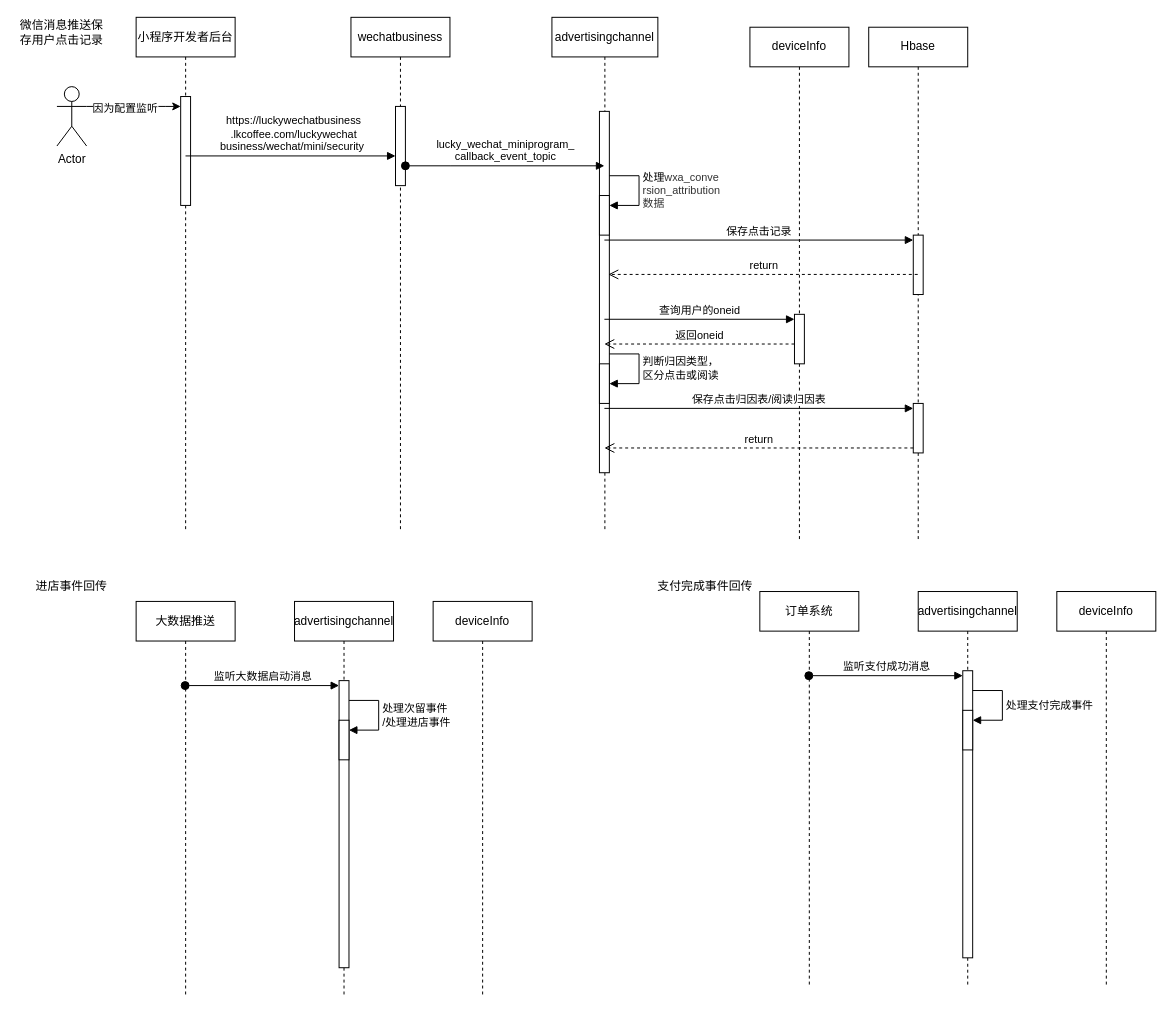
This is page "小红书" (2 of 2) of src/draw/广告系统.drawio from y13513867074/draw, a draw.io file, before an edit. Source tidied: cells renumbered, new cells numbered last; positions are measured from the earlier drawing's top-left corner, leaving out a move shared by most shapes. Both pictures are drawn from the tidied source at 99%, with x=0, y=0 at pixel (17, 17).
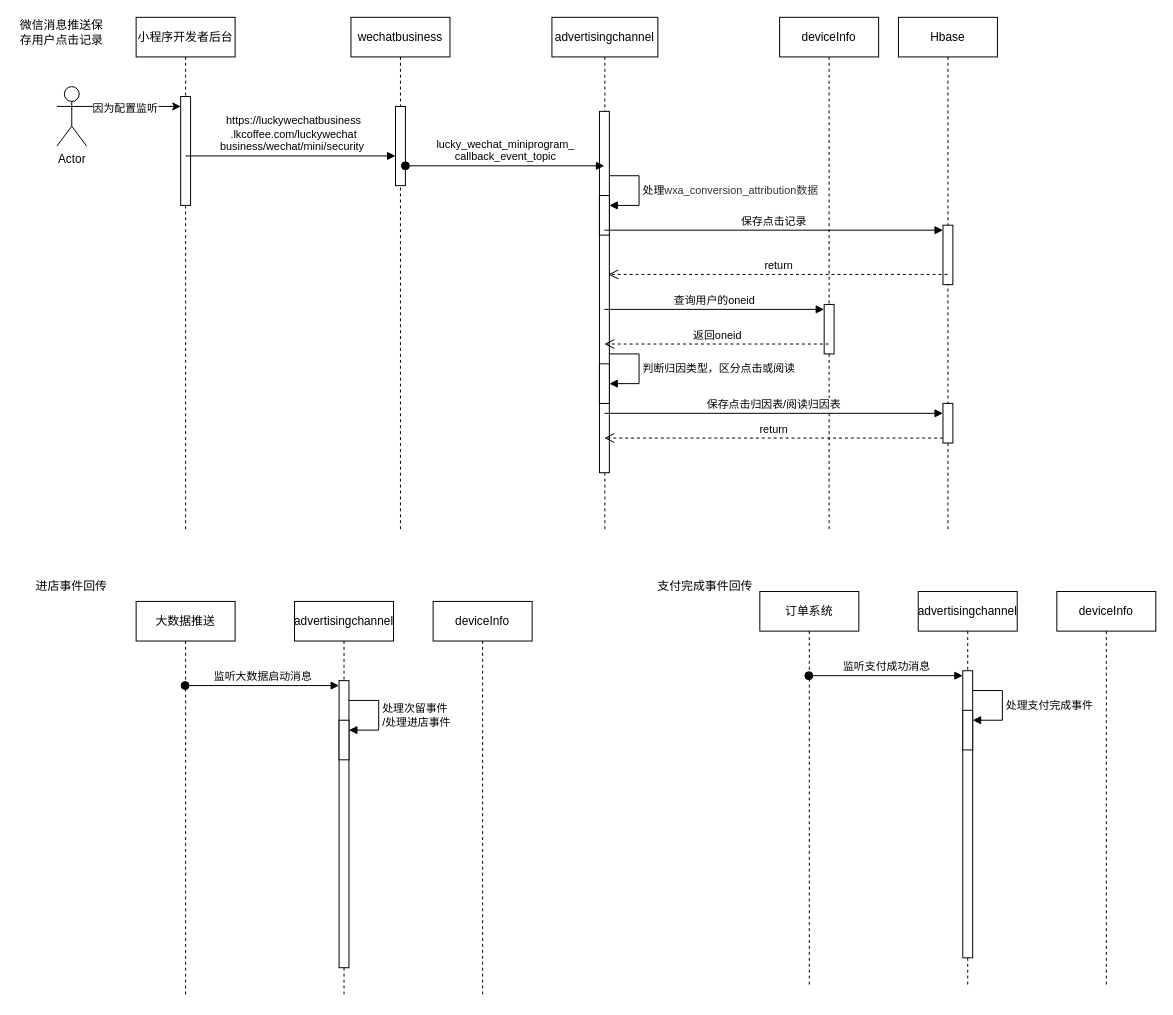
The same diagram, later.

Commit message:
更新广告系统.drawio

Unchanged cells that the change refers to:
```xml
<mxCell id="6" value="advertisingchannel" style="shape=umlLifeline;perimeter=lifelinePerimeter;whiteSpace=wrap;html=1;outlineConnect=0;portConstraint=eastwest;newEdgeStyle={&quot;curved&quot;:0,&quot;rounded&quot;:0};" parent="1" vertex="1">
  <mxGeometry x="540" width="107" height="520" as="geometry" />
</mxCell>
<mxCell id="8" style="html=1;points=[[0,0,0,0,5],[0,1,0,0,-5],[1,0,0,0,5],[1,1,0,0,-5]];perimeter=orthogonalPerimeter;outlineConnect=0;targetShapes=umlLifeline;portConstraint=eastwest;newEdgeStyle={&quot;curved&quot;:0,&quot;rounded&quot;:0};" parent="6" vertex="1">
  <mxGeometry x="48" y="180" width="10" height="40" as="geometry" />
</mxCell>
<mxCell id="10" style="html=1;points=[[0,0,0,0,5],[0,1,0,0,-5],[1,0,0,0,5],[1,1,0,0,-5]];perimeter=orthogonalPerimeter;outlineConnect=0;targetShapes=umlLifeline;portConstraint=eastwest;newEdgeStyle={&quot;curved&quot;:0,&quot;rounded&quot;:0};" parent="6" vertex="1">
  <mxGeometry x="48" y="350" width="10" height="40" as="geometry" />
</mxCell>
```

Change to the diagram source:
```diff
@@
-    <mxCell id="9" value="处理&lt;span style=&quot;color: rgb(51, 51, 51); background-color: light-dark(#ffffff, var(--ge-dark-color, #121212));&quot;&gt;wxa_conve&lt;/span&gt;&lt;div&gt;&lt;span style=&quot;color: rgb(51, 51, 51); background-color: light-dark(#ffffff, var(--ge-dark-color, #121212));&quot;&gt;rsion_attribution&lt;/span&gt;&lt;/div&gt;&lt;div&gt;&lt;span style=&quot;color: rgb(51, 51, 51); background-color: light-dark(#ffffff, var(--ge-dark-color, #121212));&quot;&gt;数据&lt;/span&gt;&lt;/div&gt;" style="html=1;align=left;spacingLeft=2;endArrow=block;rounded=0;edgeStyle=orthogonalEdgeStyle;curved=0;rounded=0;" parent="6" edge="1" target="8">
+    <mxCell id="9" value="处理&lt;span style=&quot;color: rgb(51, 51, 51); background-color: light-dark(#ffffff, var(--ge-dark-color, #121212));&quot;&gt;wxa_conve&lt;/span&gt;&lt;span style=&quot;background-color: light-dark(#ffffff, var(--ge-dark-color, #121212)); color: light-dark(rgb(51, 51, 51), rgb(193, 193, 193));&quot;&gt;rsion_attribution&lt;/span&gt;&lt;span style=&quot;background-color: light-dark(#ffffff, var(--ge-dark-color, #121212)); color: light-dark(rgb(51, 51, 51), rgb(193, 193, 193));&quot;&gt;数据&lt;/span&gt;" style="html=1;align=left;spacingLeft=2;endArrow=block;rounded=0;edgeStyle=orthogonalEdgeStyle;curved=0;rounded=0;" parent="6" edge="1" target="8">
       <mxGeometry relative="1" as="geometry">
         <mxPoint x="58" y="160" as="sourcePoint" />
         <Array as="points">
           <mxPoint x="88" y="190" />
         </Array>
       </mxGeometry>
     </mxCell>
@@
-    <mxCell id="11" value="&lt;div&gt;判断归因类型，&lt;/div&gt;&lt;div&gt;区分点击或阅读&lt;/div&gt;" style="html=1;align=left;spacingLeft=2;endArrow=block;rounded=0;edgeStyle=orthogonalEdgeStyle;curved=0;rounded=0;" parent="6" edge="1" target="10">
+    <mxCell id="11" value="&lt;div&gt;判断归因类型，&lt;span style=&quot;background-color: light-dark(#ffffff, var(--ge-dark-color, #121212)); color: light-dark(rgb(0, 0, 0), rgb(255, 255, 255));&quot;&gt;区分点击或阅读&lt;/span&gt;&lt;/div&gt;" style="html=1;align=left;spacingLeft=2;endArrow=block;rounded=0;edgeStyle=orthogonalEdgeStyle;curved=0;rounded=0;" parent="6" edge="1" target="10">
       <mxGeometry x="0.01" relative="1" as="geometry">
         <mxPoint x="58" y="340" as="sourcePoint" />
         <Array as="points">
           <mxPoint x="88" y="370" />
         </Array>
       </mxGeometry>
     </mxCell>
     <mxCell id="12" value="Hbase" style="shape=umlLifeline;perimeter=lifelinePerimeter;whiteSpace=wrap;html=1;outlineConnect=0;portConstraint=eastwest;newEdgeStyle={&quot;curved&quot;:0,&quot;rounded&quot;:0};" parent="1" vertex="1">
-      <mxGeometry x="860" y="10" width="100" height="520" as="geometry" />
+      <mxGeometry x="890" width="100" height="520" as="geometry" />
     </mxCell>
@@
     <mxCell id="14" style="html=1;points=[[0,0,0,0,5],[0,1,0,0,-5],[1,0,0,0,5],[1,1,0,0,-5]];perimeter=orthogonalPerimeter;outlineConnect=0;targetShapes=umlLifeline;portConstraint=eastwest;newEdgeStyle={&quot;curved&quot;:0,&quot;rounded&quot;:0};" parent="12" vertex="1">
-      <mxGeometry x="45" y="380" width="10" height="50" as="geometry" />
+      <mxGeometry x="45" y="390" width="10" height="40" as="geometry" />
     </mxCell>
     <mxCell id="15" value="deviceInfo" style="shape=umlLifeline;perimeter=lifelinePerimeter;whiteSpace=wrap;html=1;outlineConnect=0;portConstraint=eastwest;newEdgeStyle={&quot;curved&quot;:0,&quot;rounded&quot;:0};" parent="1" vertex="1">
-      <mxGeometry x="740" y="10" width="100" height="520" as="geometry" />
+      <mxGeometry x="770" width="100" height="520" as="geometry" />
     </mxCell>
@@
-    <mxCell id="24" value="返回oneid" style="html=1;verticalAlign=bottom;endArrow=open;dashed=1;endSize=8;curved=0;rounded=0;exitX=0;exitY=1;exitDx=0;exitDy=-5;" parent="1" edge="1">
+    <mxCell id="24" value="返回oneid" style="html=1;verticalAlign=bottom;endArrow=open;dashed=1;endSize=8;curved=0;rounded=0;" parent="1" edge="1" source="15">
       <mxGeometry relative="1" as="geometry">
-        <mxPoint x="785" y="330" as="sourcePoint" />
         <mxPoint x="592.9" y="330" as="targetPoint" />
       </mxGeometry>
     </mxCell>
@@
-    <mxCell id="27" value="保存点击归因表/阅读归因表" style="html=1;verticalAlign=bottom;endArrow=block;curved=0;rounded=0;entryX=0;entryY=0;entryDx=0;entryDy=5;" parent="1" edge="1" source="6" target="14">
-      <mxGeometry relative="1" as="geometry" />
+    <mxCell id="27" value="保存点击归因表/阅读归因表" style="html=1;verticalAlign=bottom;endArrow=block;curved=0;rounded=0;entryX=0;entryY=0;entryDx=0;entryDy=5;" parent="1" edge="1">
+      <mxGeometry relative="1" as="geometry">
+        <mxPoint x="593.1" y="400" as="sourcePoint" />
+        <mxPoint x="935" y="400" as="targetPoint" />
+      </mxGeometry>
     </mxCell>
```
